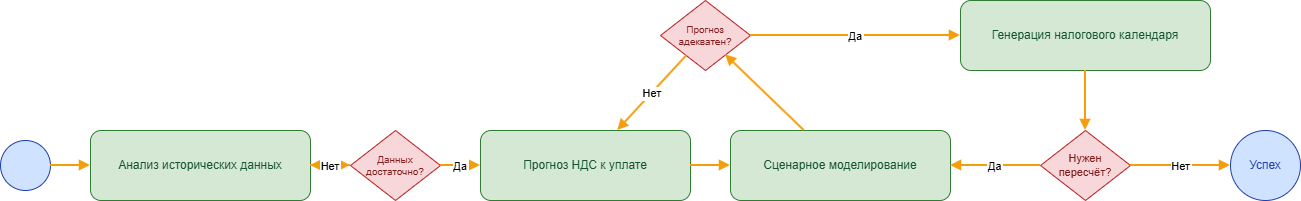
Before: diagrams/BPMN/BPMN A2.png, a diagram exported from draw.io (ShachiAO/system-engineering-playbook). Source tidied: cells renumbered, new cells last; positions are measured from the earlier drawing's top-left corner, leaving out a move shared by most shapes. The source it was exported from:
```xml
<mxGraphModel background="light-dark(#FFFFFF,#282828)">
  <root>
    <mxCell id="0" />
    <mxCell id="1" parent="0" />
    <mxCell id="2" style="ellipse;whiteSpace=wrap;html=1;fillColor=#cfe2ff;strokeColor=#1e40af;fontColor=#1e40af;" parent="1" vertex="1">
      <mxGeometry y="140" width="50" height="50" as="geometry" />
    </mxCell>
    <mxCell id="3" value="Анализ исторических данных" style="rounded=1;whiteSpace=wrap;html=1;fillColor=#d5e8d4;strokeColor=#2f7d32;fontColor=#14532d;" parent="1" vertex="1">
      <mxGeometry x="90" y="130" width="220" height="70" as="geometry" />
    </mxCell>
    <mxCell id="4" value="Данных достаточно?" style="rhombus;whiteSpace=wrap;html=1;fillColor=#f8d7da;strokeColor=#b91c1c;fontColor=#7f1d1d;fontSize=10;" parent="1" vertex="1">
      <mxGeometry x="350" y="130" width="90" height="70" as="geometry" />
    </mxCell>
    <mxCell id="5" value="Прогноз НДС к уплате" style="rounded=1;whiteSpace=wrap;html=1;fillColor=#d5e8d4;strokeColor=#2f7d32;fontColor=#14532d;" parent="1" vertex="1">
      <mxGeometry x="480" y="130" width="210" height="70" as="geometry" />
    </mxCell>
    <mxCell id="6" value="Сценарное моделирование" style="rounded=1;whiteSpace=wrap;html=1;fillColor=#d5e8d4;strokeColor=#2f7d32;fontColor=#14532d;" parent="1" vertex="1">
      <mxGeometry x="730" y="130" width="220" height="70" as="geometry" />
    </mxCell>
    <mxCell id="7" value="Прогноз адекватен?" style="rhombus;whiteSpace=wrap;html=1;fillColor=#f8d7da;strokeColor=#b91c1c;fontColor=#7f1d1d;fontSize=10;" parent="1" vertex="1">
      <mxGeometry x="660" width="90" height="70" as="geometry" />
    </mxCell>
    <mxCell id="8" value="Генерация налогового календаря" style="rounded=1;whiteSpace=wrap;html=1;fillColor=#d5e8d4;strokeColor=#2f7d32;fontColor=#14532d;" parent="1" vertex="1">
      <mxGeometry x="960" width="250" height="70" as="geometry" />
    </mxCell>
    <mxCell id="9" value="Нужен пересчёт?" style="rhombus;whiteSpace=wrap;html=1;fillColor=#f8d7da;strokeColor=#b91c1c;fontColor=#7f1d1d;fontSize=11;" parent="1" vertex="1">
      <mxGeometry x="1040" y="130" width="90" height="70" as="geometry" />
    </mxCell>
    <mxCell id="10" value="Успех" style="ellipse;whiteSpace=wrap;html=1;fillColor=#cfe2ff;strokeColor=#1e40af;fontColor=#1e40af;" parent="1" vertex="1">
      <mxGeometry x="1230" y="130" width="70" height="70" as="geometry" />
    </mxCell>
    <mxCell id="11" style="endArrow=block;strokeColor=#f59e0b;strokeWidth=2;" parent="1" edge="1" source="2" target="3">
      <mxGeometry relative="1" as="geometry" />
    </mxCell>
    <mxCell id="12" style="endArrow=block;strokeColor=#f59e0b;strokeWidth=2;" parent="1" edge="1" source="3" target="4">
      <mxGeometry relative="1" as="geometry" />
    </mxCell>
    <mxCell id="13" value="Да" style="endArrow=block;strokeColor=#f59e0b;strokeWidth=2;" parent="1" edge="1" source="4" target="5">
      <mxGeometry relative="1" as="geometry" />
    </mxCell>
    <mxCell id="14" value="Нет" style="endArrow=block;strokeColor=#f59e0b;strokeWidth=2;" parent="1" edge="1" source="4" target="3">
      <mxGeometry relative="1" as="geometry" />
    </mxCell>
    <mxCell id="15" style="endArrow=block;strokeColor=#f59e0b;strokeWidth=2;" parent="1" edge="1" source="5" target="6">
      <mxGeometry relative="1" as="geometry" />
    </mxCell>
    <mxCell id="16" style="endArrow=block;strokeColor=#f59e0b;strokeWidth=2;" parent="1" edge="1" source="6" target="7">
      <mxGeometry relative="1" as="geometry" />
    </mxCell>
    <mxCell id="17" value="Да" style="endArrow=block;strokeColor=#f59e0b;strokeWidth=2;" parent="1" edge="1" source="7" target="8">
      <mxGeometry relative="1" as="geometry" />
    </mxCell>
    <mxCell id="18" value="Нет" style="endArrow=block;strokeColor=#f59e0b;strokeWidth=2;" parent="1" edge="1" source="7" target="5">
      <mxGeometry relative="1" as="geometry" />
    </mxCell>
    <mxCell id="19" style="endArrow=block;strokeColor=#f59e0b;strokeWidth=2;" parent="1" edge="1" source="8" target="9">
      <mxGeometry relative="1" as="geometry" />
    </mxCell>
    <mxCell id="20" value="Нет" style="endArrow=block;strokeColor=#f59e0b;strokeWidth=2;" parent="1" edge="1" source="9" target="10">
      <mxGeometry relative="1" as="geometry" />
    </mxCell>
    <mxCell id="21" value="Да" style="endArrow=block;strokeColor=#f59e0b;strokeWidth=2;" parent="1" edge="1" source="9" target="6">
      <mxGeometry relative="1" as="geometry" />
    </mxCell>
  </root>
</mxGraphModel>
```
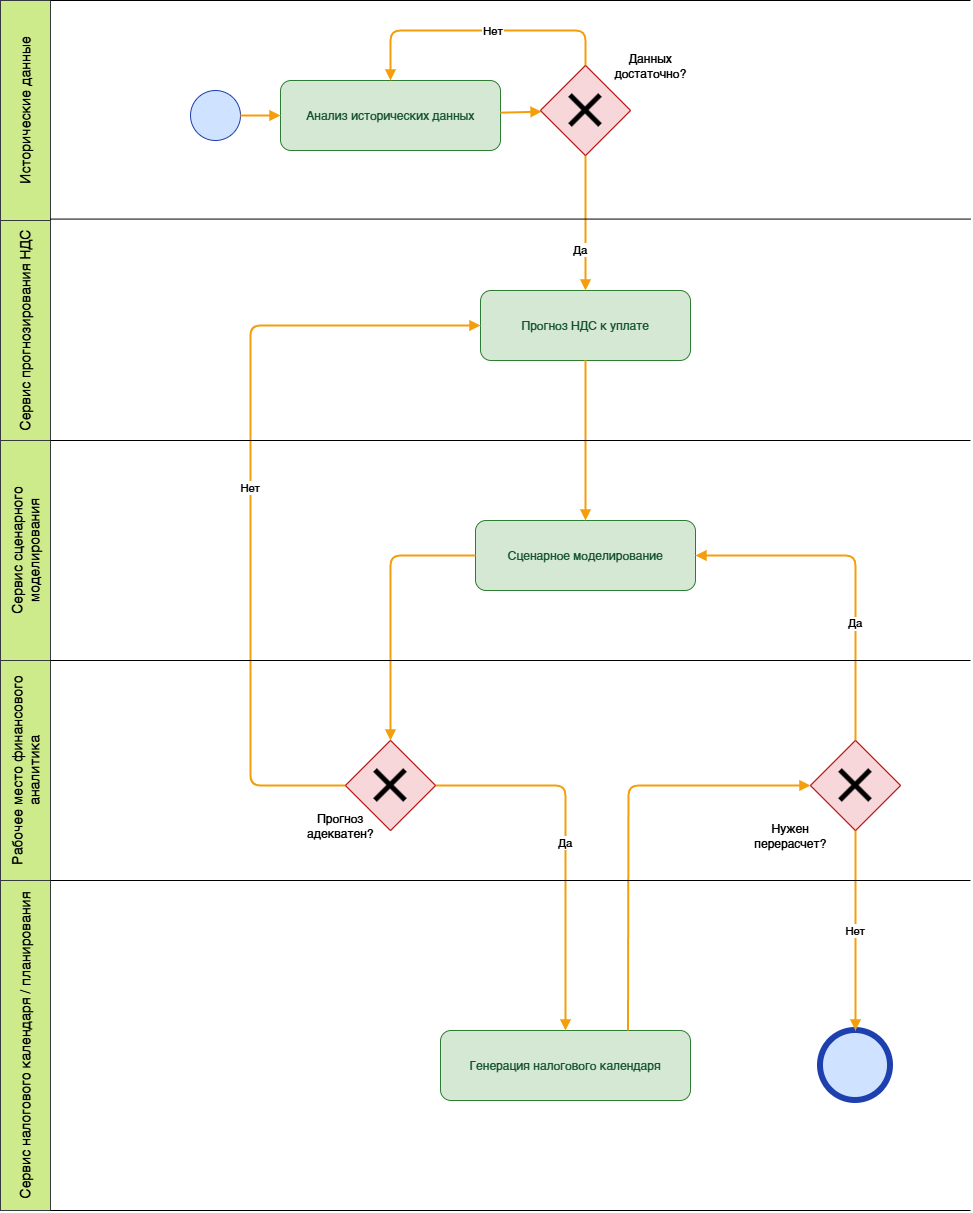
The same diagram one commit later.

Diff of the diagram source:
```diff
@@ -3,31 +3,31 @@
     <mxCell id="0" />
     <mxCell id="1" parent="0" />
     <mxCell id="2" style="ellipse;whiteSpace=wrap;html=1;fillColor=#cfe2ff;strokeColor=#1e40af;fontColor=#1e40af;" parent="1" vertex="1">
-      <mxGeometry y="140" width="50" height="50" as="geometry" />
+      <mxGeometry x="680" y="70" width="50" height="50" as="geometry" />
     </mxCell>
     <mxCell id="3" value="Анализ исторических данных" style="rounded=1;whiteSpace=wrap;html=1;fillColor=#d5e8d4;strokeColor=#2f7d32;fontColor=#14532d;" parent="1" vertex="1">
-      <mxGeometry x="90" y="130" width="220" height="70" as="geometry" />
+      <mxGeometry x="770" y="60" width="220" height="70" as="geometry" />
     </mxCell>
-    <mxCell id="4" value="Данных достаточно?" style="rhombus;whiteSpace=wrap;html=1;fillColor=#f8d7da;strokeColor=#b91c1c;fontColor=#7f1d1d;fontSize=10;" parent="1" vertex="1">
-      <mxGeometry x="350" y="130" width="90" height="70" as="geometry" />
+    <mxCell id="4" style="rhombus;whiteSpace=wrap;html=1;fillColor=#f8d7da;strokeColor=#b91c1c;fontColor=#7f1d1d;fontSize=10;" parent="1" vertex="1">
+      <mxGeometry x="1030" y="45" width="90" height="90" as="geometry" />
     </mxCell>
     <mxCell id="5" value="Прогноз НДС к уплате" style="rounded=1;whiteSpace=wrap;html=1;fillColor=#d5e8d4;strokeColor=#2f7d32;fontColor=#14532d;" parent="1" vertex="1">
-      <mxGeometry x="480" y="130" width="210" height="70" as="geometry" />
+      <mxGeometry x="970" y="270" width="210" height="70" as="geometry" />
     </mxCell>
     <mxCell id="6" value="Сценарное моделирование" style="rounded=1;whiteSpace=wrap;html=1;fillColor=#d5e8d4;strokeColor=#2f7d32;fontColor=#14532d;" parent="1" vertex="1">
-      <mxGeometry x="730" y="130" width="220" height="70" as="geometry" />
+      <mxGeometry x="965" y="500" width="220" height="70" as="geometry" />
     </mxCell>
-    <mxCell id="7" value="Прогноз адекватен?" style="rhombus;whiteSpace=wrap;html=1;fillColor=#f8d7da;strokeColor=#b91c1c;fontColor=#7f1d1d;fontSize=10;" parent="1" vertex="1">
-      <mxGeometry x="660" width="90" height="70" as="geometry" />
+    <mxCell id="7" style="rhombus;whiteSpace=wrap;html=1;fillColor=#f8d7da;strokeColor=#b91c1c;fontColor=#7f1d1d;fontSize=10;" parent="1" vertex="1">
+      <mxGeometry x="835" y="720" width="90" height="90" as="geometry" />
     </mxCell>
     <mxCell id="8" value="Генерация налогового календаря" style="rounded=1;whiteSpace=wrap;html=1;fillColor=#d5e8d4;strokeColor=#2f7d32;fontColor=#14532d;" parent="1" vertex="1">
-      <mxGeometry x="960" width="250" height="70" as="geometry" />
+      <mxGeometry x="930" y="1010" width="250" height="70" as="geometry" />
     </mxCell>
-    <mxCell id="9" value="Нужен пересчёт?" style="rhombus;whiteSpace=wrap;html=1;fillColor=#f8d7da;strokeColor=#b91c1c;fontColor=#7f1d1d;fontSize=11;" parent="1" vertex="1">
-      <mxGeometry x="1040" y="130" width="90" height="70" as="geometry" />
+    <mxCell id="9" style="rhombus;whiteSpace=wrap;html=1;fillColor=#f8d7da;strokeColor=#b91c1c;fontColor=#7f1d1d;fontSize=11;" parent="1" vertex="1">
+      <mxGeometry x="1300" y="720" width="90" height="90" as="geometry" />
     </mxCell>
-    <mxCell id="10" value="Успех" style="ellipse;whiteSpace=wrap;html=1;fillColor=#cfe2ff;strokeColor=#1e40af;fontColor=#1e40af;" parent="1" vertex="1">
-      <mxGeometry x="1230" y="130" width="70" height="70" as="geometry" />
+    <mxCell id="10" style="ellipse;whiteSpace=wrap;html=1;fillColor=#cfe2ff;strokeColor=#1e40af;fontColor=#1e40af;strokeWidth=6;" parent="1" vertex="1">
+      <mxGeometry x="1310" y="1010" width="70" height="70" as="geometry" />
     </mxCell>
     <mxCell id="11" style="endArrow=block;strokeColor=#f59e0b;strokeWidth=2;" parent="1" edge="1" source="2" target="3">
       <mxGeometry relative="1" as="geometry" />
@@ -36,31 +36,163 @@
       <mxGeometry relative="1" as="geometry" />
     </mxCell>
     <mxCell id="13" value="Да" style="endArrow=block;strokeColor=#f59e0b;strokeWidth=2;" parent="1" edge="1" source="4" target="5">
-      <mxGeometry relative="1" as="geometry" />
+      <mxGeometry x="0.41" y="-5" relative="1" as="geometry" />
     </mxCell>
-    <mxCell id="14" value="Нет" style="endArrow=block;strokeColor=#f59e0b;strokeWidth=2;" parent="1" edge="1" source="4" target="3">
-      <mxGeometry relative="1" as="geometry" />
+    <mxCell id="14" value="Нет" style="endArrow=block;strokeColor=#f59e0b;strokeWidth=2;" parent="1" edge="1">
+      <mxGeometry x="-0.01" relative="1" as="geometry">
+        <mxPoint x="1075" y="65" as="sourcePoint" />
+        <mxPoint x="880" y="60" as="targetPoint" />
+        <Array as="points">
+          <mxPoint x="1075" y="10" />
+          <mxPoint x="880" y="10" />
+        </Array>
+      </mxGeometry>
     </mxCell>
     <mxCell id="15" style="endArrow=block;strokeColor=#f59e0b;strokeWidth=2;" parent="1" edge="1" source="5" target="6">
       <mxGeometry relative="1" as="geometry" />
     </mxCell>
     <mxCell id="16" style="endArrow=block;strokeColor=#f59e0b;strokeWidth=2;" parent="1" edge="1" source="6" target="7">
-      <mxGeometry relative="1" as="geometry" />
+      <mxGeometry relative="1" as="geometry">
+        <Array as="points">
+          <mxPoint x="880" y="535" />
+        </Array>
+      </mxGeometry>
     </mxCell>
     <mxCell id="17" value="Да" style="endArrow=block;strokeColor=#f59e0b;strokeWidth=2;" parent="1" edge="1" source="7" target="8">
-      <mxGeometry relative="1" as="geometry" />
+      <mxGeometry relative="1" as="geometry">
+        <Array as="points">
+          <mxPoint x="1055" y="765" />
+        </Array>
+      </mxGeometry>
     </mxCell>
     <mxCell id="18" value="Нет" style="endArrow=block;strokeColor=#f59e0b;strokeWidth=2;" parent="1" edge="1" source="7" target="5">
-      <mxGeometry relative="1" as="geometry" />
+      <mxGeometry relative="1" as="geometry">
+        <Array as="points">
+          <mxPoint x="740" y="765" />
+          <mxPoint x="740" y="305" />
+        </Array>
+      </mxGeometry>
     </mxCell>
-    <mxCell id="19" style="endArrow=block;strokeColor=#f59e0b;strokeWidth=2;" parent="1" edge="1" source="8" target="9">
-      <mxGeometry relative="1" as="geometry" />
+    <mxCell id="19" style="endArrow=block;strokeColor=#f59e0b;strokeWidth=2;exitX=0.75;exitY=0;exitDx=0;exitDy=0;" parent="1" edge="1" source="8" target="9">
+      <mxGeometry relative="1" as="geometry">
+        <Array as="points">
+          <mxPoint x="1118" y="765" />
+        </Array>
+      </mxGeometry>
     </mxCell>
     <mxCell id="20" value="Нет" style="endArrow=block;strokeColor=#f59e0b;strokeWidth=2;" parent="1" edge="1" source="9" target="10">
       <mxGeometry relative="1" as="geometry" />
     </mxCell>
     <mxCell id="21" value="Да" style="endArrow=block;strokeColor=#f59e0b;strokeWidth=2;" parent="1" edge="1" source="9" target="6">
-      <mxGeometry relative="1" as="geometry" />
+      <mxGeometry x="-0.32" relative="1" as="geometry">
+        <Array as="points">
+          <mxPoint x="1345" y="535" />
+        </Array>
+      </mxGeometry>
     </mxCell>
+    <mxCell id="22" value="&lt;font style=&quot;color: light-dark(rgb(0, 0, 0), rgb(0, 0, 0));&quot;&gt;Исторические данные&lt;/font&gt;" style="rounded=0;whiteSpace=wrap;html=1;fillColor=light-dark(#CDEB8B,#C8F7B1);strokeColor=#36393d;direction=west;horizontal=0;fontSize=14;" parent="1" vertex="1">
+      <mxGeometry x="490" y="-20" width="50" height="220" as="geometry" />
+    </mxCell>
+    <mxCell id="23" value="&lt;font style=&quot;color: light-dark(rgb(0, 0, 0), rgb(0, 0, 0));&quot;&gt;Сервис прогнозирования НДС&lt;/font&gt;" style="rounded=0;whiteSpace=wrap;html=1;fillColor=light-dark(#CDEB8B,#C8F7B1);strokeColor=#36393d;direction=west;horizontal=0;fontSize=14;" parent="1" vertex="1">
+      <mxGeometry x="490" y="200" width="50" height="220" as="geometry" />
+    </mxCell>
+    <mxCell id="24" value="&lt;font style=&quot;color: light-dark(rgb(0, 0, 0), rgb(0, 0, 0));&quot;&gt;Сервис сценарного моделирования&lt;/font&gt;" style="rounded=0;whiteSpace=wrap;html=1;fillColor=light-dark(#CDEB8B,#C8F7B1);strokeColor=#36393d;direction=west;horizontal=0;fontSize=14;" parent="1" vertex="1">
+      <mxGeometry x="490" y="420" width="50" height="220" as="geometry" />
+    </mxCell>
+    <mxCell id="25" value="&lt;font style=&quot;color: light-dark(rgb(0, 0, 0), rgb(0, 0, 0));&quot;&gt;Рабочее место финансового аналитика&lt;/font&gt;" style="rounded=0;whiteSpace=wrap;html=1;fillColor=light-dark(#CDEB8B,#C8F7B1);strokeColor=#36393d;direction=west;horizontal=0;fontSize=14;" parent="1" vertex="1">
+      <mxGeometry x="490" y="640" width="50" height="220" as="geometry" />
+    </mxCell>
+    <mxCell id="26" value="&lt;font style=&quot;color: light-dark(rgb(0, 0, 0), rgb(0, 0, 0));&quot;&gt;Сервис налогового календаря / планирования&lt;/font&gt;" style="rounded=0;whiteSpace=wrap;html=1;fillColor=light-dark(#CDEB8B,#C8F7B1);strokeColor=#36393d;direction=west;horizontal=0;fontSize=14;" parent="1" vertex="1">
+      <mxGeometry x="490" y="860" width="50" height="330" as="geometry" />
+    </mxCell>
+    <mxCell id="27" value="Данных&lt;div&gt;достаточно?&lt;/div&gt;" style="text;html=1;whiteSpace=wrap;align=center;verticalAlign=middle;rounded=0;fontColor=light-dark(#000000,#000000);" parent="1" vertex="1">
+      <mxGeometry x="1110" y="30" width="60" height="30" as="geometry" />
+    </mxCell>
+    <mxCell id="28" style="rhombus;whiteSpace=wrap;html=1;fillColor=#f8d7da;strokeColor=#b91c1c;fontColor=#7f1d1d;fontSize=10;" parent="1" vertex="1">
+      <mxGeometry x="1030" y="45" width="90" height="90" as="geometry" />
+    </mxCell>
+    <mxCell id="29" style="endArrow=none;html=1;rounded=0;strokeWidth=5;strokeColor=light-dark(#000000,#000000);" parent="1" edge="1">
+      <mxGeometry relative="1" as="geometry">
+        <mxPoint x="1060" y="75" as="sourcePoint" />
+        <mxPoint x="1090" y="105" as="targetPoint" />
+      </mxGeometry>
+    </mxCell>
+    <mxCell id="30" style="endArrow=none;html=1;rounded=0;strokeWidth=5;strokeColor=light-dark(#000000,#000000);" parent="1" edge="1">
+      <mxGeometry relative="1" as="geometry">
+        <mxPoint x="1090" y="75" as="sourcePoint" />
+        <mxPoint x="1060" y="105" as="targetPoint" />
+      </mxGeometry>
+    </mxCell>
+    <mxCell id="31" value="Прогноз&lt;div&gt;адекватен?&lt;/div&gt;" style="text;html=1;whiteSpace=wrap;align=center;verticalAlign=middle;rounded=0;fontColor=light-dark(#000000,#000000);" parent="1" vertex="1">
+      <mxGeometry x="800" y="790" width="60" height="30" as="geometry" />
+    </mxCell>
+    <mxCell id="32" style="rhombus;whiteSpace=wrap;html=1;fillColor=#f8d7da;strokeColor=#b91c1c;fontColor=#7f1d1d;fontSize=10;" parent="1" vertex="1">
+      <mxGeometry x="835" y="720" width="90" height="90" as="geometry" />
+    </mxCell>
+    <mxCell id="33" style="endArrow=none;html=1;rounded=0;strokeWidth=5;strokeColor=light-dark(#000000,#000000);" parent="1" edge="1">
+      <mxGeometry relative="1" as="geometry">
+        <mxPoint x="865" y="750" as="sourcePoint" />
+        <mxPoint x="895" y="780" as="targetPoint" />
+      </mxGeometry>
+    </mxCell>
+    <mxCell id="34" style="endArrow=none;html=1;rounded=0;strokeWidth=5;strokeColor=light-dark(#000000,#000000);" parent="1" edge="1">
+      <mxGeometry relative="1" as="geometry">
+        <mxPoint x="895" y="750" as="sourcePoint" />
+        <mxPoint x="865" y="780" as="targetPoint" />
+      </mxGeometry>
+    </mxCell>
+    <mxCell id="35" value="Нужен&lt;div&gt;перерасчет?&lt;/div&gt;" style="text;html=1;whiteSpace=wrap;align=center;verticalAlign=middle;rounded=0;fontColor=light-dark(#000000,#000000);" parent="1" vertex="1">
+      <mxGeometry x="1250" y="800" width="60" height="30" as="geometry" />
+    </mxCell>
+    <mxCell id="36" style="rhombus;whiteSpace=wrap;html=1;fillColor=#f8d7da;strokeColor=#b91c1c;fontColor=#7f1d1d;fontSize=10;" parent="1" vertex="1">
+      <mxGeometry x="1300" y="720" width="90" height="90" as="geometry" />
+    </mxCell>
+    <mxCell id="37" style="endArrow=none;html=1;rounded=0;strokeWidth=5;strokeColor=light-dark(#000000,#000000);" parent="1" edge="1">
+      <mxGeometry relative="1" as="geometry">
+        <mxPoint x="1330" y="750" as="sourcePoint" />
+        <mxPoint x="1360" y="780" as="targetPoint" />
+      </mxGeometry>
+    </mxCell>
+    <mxCell id="38" style="endArrow=none;html=1;rounded=0;strokeWidth=5;strokeColor=light-dark(#000000,#000000);" parent="1" edge="1">
+      <mxGeometry relative="1" as="geometry">
+        <mxPoint x="1360" y="750" as="sourcePoint" />
+        <mxPoint x="1330" y="780" as="targetPoint" />
+      </mxGeometry>
+    </mxCell>
+    <mxCell id="39" style="endArrow=none;html=1;rounded=0;exitX=0;exitY=0;exitDx=0;exitDy=0;strokeColor=light-dark(#000000,#000000);" parent="1" edge="1" source="26">
+      <mxGeometry relative="1" as="geometry">
+        <mxPoint x="1460" y="1190" as="targetPoint" />
+      </mxGeometry>
+    </mxCell>
+    <mxCell id="40" style="endArrow=none;html=1;rounded=0;exitX=0;exitY=0;exitDx=0;exitDy=0;strokeColor=light-dark(#000000,#000000);" parent="1" edge="1">
+      <mxGeometry relative="1" as="geometry">
+        <mxPoint x="540" y="860" as="sourcePoint" />
+        <mxPoint x="1460" y="860" as="targetPoint" />
+      </mxGeometry>
+    </mxCell>
+    <mxCell id="41" style="endArrow=none;html=1;rounded=0;exitX=0;exitY=0;exitDx=0;exitDy=0;strokeColor=light-dark(#000000,#000000);" parent="1" edge="1">
+      <mxGeometry relative="1" as="geometry">
+        <mxPoint x="540" y="640" as="sourcePoint" />
+        <mxPoint x="1460" y="640" as="targetPoint" />
+      </mxGeometry>
+    </mxCell>
+    <mxCell id="42" style="endArrow=none;html=1;rounded=0;exitX=0;exitY=0;exitDx=0;exitDy=0;strokeColor=light-dark(#000000,#000000);" parent="1" edge="1">
+      <mxGeometry relative="1" as="geometry">
+        <mxPoint x="540" y="420" as="sourcePoint" />
+        <mxPoint x="1460" y="420" as="targetPoint" />
+      </mxGeometry>
+    </mxCell>
+    <mxCell id="43" style="endArrow=none;html=1;rounded=0;exitX=0;exitY=0;exitDx=0;exitDy=0;strokeColor=light-dark(#000000,#000000);" parent="1" edge="1">
+      <mxGeometry relative="1" as="geometry">
+        <mxPoint x="540" y="198.6" as="sourcePoint" />
+        <mxPoint x="1460" y="198.6" as="targetPoint" />
+      </mxGeometry>
+    </mxCell>
+    <mxCell id="44" style="endArrow=none;html=1;rounded=0;exitX=0;exitY=0;exitDx=0;exitDy=0;strokeColor=light-dark(#000000,#000000);" parent="1" edge="1">
+      <mxGeometry relative="1" as="geometry">
+        <mxPoint x="540" y="-20" as="sourcePoint" />
+        <mxPoint x="1460" y="-20" as="targetPoint" />
+      </mxGeometry>
+    </mxCell>
   </root>
 </mxGraphModel>
```
